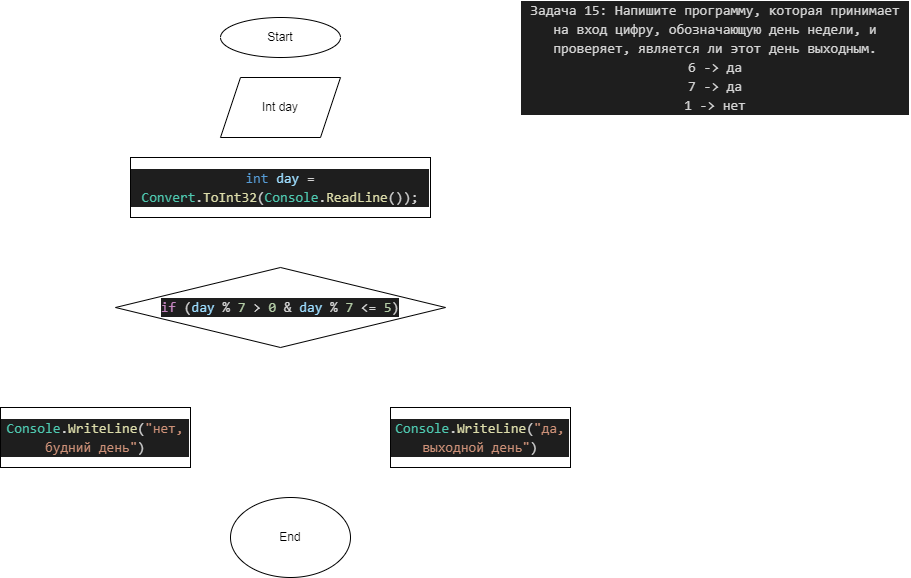
Evgeniya120/HomeWork keeps this draw.io diagram as Work/EXP007/diagram.drawio.png. Above is the earlier version. Source tidied: cells renumbered, new cells last; positions are measured from the earlier drawing's top-left corner, leaving out a move shared by most shapes.
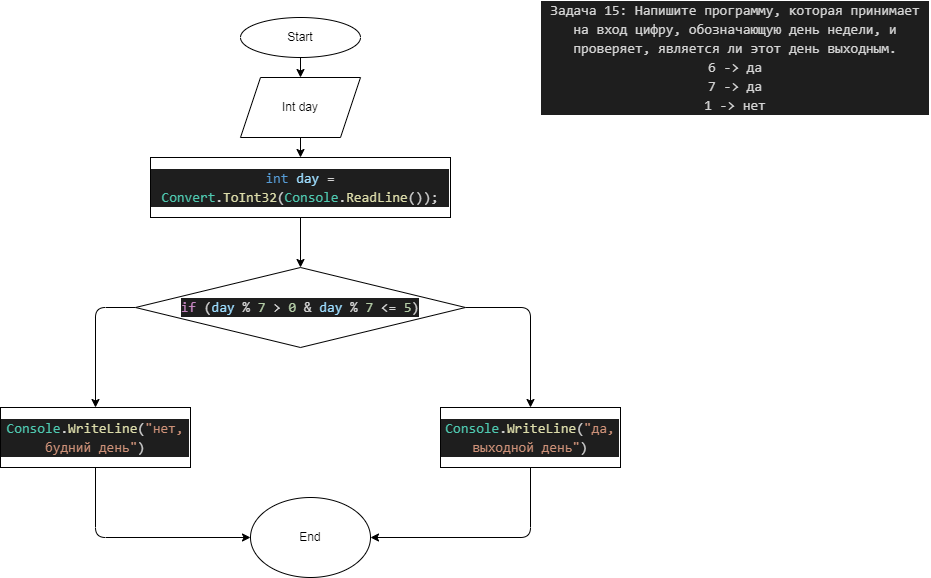
After the change.

Commit message:
удалила комментарий

Diff of the diagram source:
```diff
@@ -5,21 +5,58 @@
     <mxCell id="2" value="&lt;div style=&quot;color: rgb(212 , 212 , 212) ; background-color: rgb(30 , 30 , 30) ; font-family: &amp;#34;consolas&amp;#34; , &amp;#34;courier new&amp;#34; , monospace ; font-size: 14px ; line-height: 19px&quot;&gt;&lt;div&gt;Задача 15: Напишите программу, которая принимает на вход цифру, обозначающую день недели, и проверяет, является ли этот день выходным.&lt;/div&gt;&lt;div&gt;6 -&amp;gt; да&lt;/div&gt;&lt;div&gt;7 -&amp;gt; да&lt;/div&gt;&lt;div&gt;1 -&amp;gt; нет&lt;/div&gt;&lt;/div&gt;" style="text;html=1;strokeColor=none;fillColor=none;align=center;verticalAlign=middle;whiteSpace=wrap;rounded=0;" parent="1" vertex="1">
       <mxGeometry x="520" width="390" height="100" as="geometry" />
     </mxCell>
+    <mxCell id="10" style="edgeStyle=none;html=1;entryX=0.5;entryY=0;entryDx=0;entryDy=0;" parent="1" edge="1" source="3" target="4">
+      <mxGeometry relative="1" as="geometry" />
+    </mxCell>
     <mxCell id="3" value="Start" style="ellipse;whiteSpace=wrap;html=1;" parent="1" vertex="1">
       <mxGeometry x="220" y="10" width="120" height="40" as="geometry" />
     </mxCell>
+    <mxCell id="11" style="edgeStyle=none;html=1;entryX=0.5;entryY=0;entryDx=0;entryDy=0;" parent="1" edge="1" source="4" target="5">
+      <mxGeometry relative="1" as="geometry" />
+    </mxCell>
     <mxCell id="4" value="Int day" style="shape=parallelogram;perimeter=parallelogramPerimeter;whiteSpace=wrap;html=1;fixedSize=1;" parent="1" vertex="1">
       <mxGeometry x="220" y="70" width="120" height="60" as="geometry" />
     </mxCell>
+    <mxCell id="12" style="edgeStyle=none;html=1;entryX=0.5;entryY=0;entryDx=0;entryDy=0;" parent="1" edge="1" source="5" target="8">
+      <mxGeometry relative="1" as="geometry" />
+    </mxCell>
     <mxCell id="5" value="&#10;&#10;&lt;div style=&quot;color: rgb(212, 212, 212); background-color: rgb(30, 30, 30); font-family: consolas, &amp;quot;courier new&amp;quot;, monospace; font-weight: normal; font-size: 14px; line-height: 19px;&quot;&gt;&lt;div&gt;&lt;span style=&quot;color: #569cd6&quot;&gt;int&lt;/span&gt;&lt;span style=&quot;color: #d4d4d4&quot;&gt; &lt;/span&gt;&lt;span style=&quot;color: #9cdcfe&quot;&gt;day&lt;/span&gt;&lt;span style=&quot;color: #d4d4d4&quot;&gt; &lt;/span&gt;&lt;span style=&quot;color: #d4d4d4&quot;&gt;=&lt;/span&gt;&lt;span style=&quot;color: #d4d4d4&quot;&gt; &lt;/span&gt;&lt;span style=&quot;color: #4ec9b0&quot;&gt;Convert&lt;/span&gt;&lt;span style=&quot;color: #d4d4d4&quot;&gt;.&lt;/span&gt;&lt;span style=&quot;color: #dcdcaa&quot;&gt;ToInt32&lt;/span&gt;&lt;span style=&quot;color: #d4d4d4&quot;&gt;(&lt;/span&gt;&lt;span style=&quot;color: #4ec9b0&quot;&gt;Console&lt;/span&gt;&lt;span style=&quot;color: #d4d4d4&quot;&gt;.&lt;/span&gt;&lt;span style=&quot;color: #dcdcaa&quot;&gt;ReadLine&lt;/span&gt;&lt;span style=&quot;color: #d4d4d4&quot;&gt;());&lt;/span&gt;&lt;/div&gt;&lt;/div&gt;&#10;&#10;" style="rounded=0;whiteSpace=wrap;html=1;" parent="1" vertex="1">
       <mxGeometry x="130" y="150" width="300" height="60" as="geometry" />
     </mxCell>
+    <mxCell id="13" style="edgeStyle=none;html=1;entryX=0;entryY=0.5;entryDx=0;entryDy=0;" parent="1" edge="1" source="6" target="9">
+      <mxGeometry relative="1" as="geometry">
+        <Array as="points">
+          <mxPoint x="75" y="530" />
+        </Array>
+      </mxGeometry>
+    </mxCell>
     <mxCell id="6" value="&lt;div style=&quot;color: rgb(212 , 212 , 212) ; background-color: rgb(30 , 30 , 30) ; font-family: &amp;#34;consolas&amp;#34; , &amp;#34;courier new&amp;#34; , monospace ; font-size: 14px ; line-height: 19px&quot;&gt;&lt;span style=&quot;color: #4ec9b0&quot;&gt;Console&lt;/span&gt;.&lt;span style=&quot;color: #dcdcaa&quot;&gt;WriteLine&lt;/span&gt;(&lt;span style=&quot;color: #ce9178&quot;&gt;&quot;нет, будний день&quot;&lt;/span&gt;)&lt;/div&gt;" style="rounded=0;whiteSpace=wrap;html=1;" parent="1" vertex="1">
-      <mxGeometry y="400" width="190" height="60" as="geometry" />
+      <mxGeometry x="-20" y="400" width="190" height="60" as="geometry" />
     </mxCell>
+    <mxCell id="14" style="edgeStyle=none;html=1;entryX=1;entryY=0.5;entryDx=0;entryDy=0;" parent="1" edge="1" source="7" target="9">
+      <mxGeometry relative="1" as="geometry">
+        <Array as="points">
+          <mxPoint x="510" y="530" />
+        </Array>
+      </mxGeometry>
+    </mxCell>
     <mxCell id="7" value="&#10;&#10;&lt;div style=&quot;color: rgb(212, 212, 212); background-color: rgb(30, 30, 30); font-family: consolas, &amp;quot;courier new&amp;quot;, monospace; font-weight: normal; font-size: 14px; line-height: 19px;&quot;&gt;&lt;div&gt;&lt;span style=&quot;color: #4ec9b0&quot;&gt;Console&lt;/span&gt;&lt;span style=&quot;color: #d4d4d4&quot;&gt;.&lt;/span&gt;&lt;span style=&quot;color: #dcdcaa&quot;&gt;WriteLine&lt;/span&gt;&lt;span style=&quot;color: #d4d4d4&quot;&gt;(&lt;/span&gt;&lt;span style=&quot;color: #ce9178&quot;&gt;&quot;да, выходной день&quot;&lt;/span&gt;&lt;span style=&quot;color: #d4d4d4&quot;&gt;)&lt;/span&gt;&lt;/div&gt;&lt;/div&gt;&#10;&#10;" style="rounded=0;whiteSpace=wrap;html=1;" parent="1" vertex="1">
-      <mxGeometry x="390" y="400" width="180" height="60" as="geometry" />
+      <mxGeometry x="420" y="400" width="180" height="60" as="geometry" />
     </mxCell>
+    <mxCell id="15" style="edgeStyle=none;html=1;entryX=0.5;entryY=0;entryDx=0;entryDy=0;exitX=0;exitY=0.5;exitDx=0;exitDy=0;" parent="1" edge="1" source="8" target="6">
+      <mxGeometry relative="1" as="geometry">
+        <Array as="points">
+          <mxPoint x="75" y="300" />
+        </Array>
+      </mxGeometry>
+    </mxCell>
+    <mxCell id="16" style="edgeStyle=none;html=1;entryX=0.5;entryY=0;entryDx=0;entryDy=0;exitX=1;exitY=0.5;exitDx=0;exitDy=0;" parent="1" edge="1" source="8" target="7">
+      <mxGeometry relative="1" as="geometry">
+        <Array as="points">
+          <mxPoint x="510" y="300" />
+        </Array>
+      </mxGeometry>
+    </mxCell>
     <mxCell id="8" value="&lt;div style=&quot;color: rgb(212 , 212 , 212) ; background-color: rgb(30 , 30 , 30) ; font-family: &amp;#34;consolas&amp;#34; , &amp;#34;courier new&amp;#34; , monospace ; font-size: 14px ; line-height: 19px&quot;&gt;&lt;span style=&quot;color: #c586c0&quot;&gt;if&lt;/span&gt; (&lt;span style=&quot;color: #9cdcfe&quot;&gt;day&lt;/span&gt; % &lt;span style=&quot;color: #b5cea8&quot;&gt;7&lt;/span&gt; &amp;gt; &lt;span style=&quot;color: #b5cea8&quot;&gt;0&lt;/span&gt; &amp;amp; &lt;span style=&quot;color: #9cdcfe&quot;&gt;day&lt;/span&gt; % &lt;span style=&quot;color: #b5cea8&quot;&gt;7&lt;/span&gt; &amp;lt;= &lt;span style=&quot;color: #b5cea8&quot;&gt;5&lt;/span&gt;)&lt;/div&gt;" style="rhombus;whiteSpace=wrap;html=1;" parent="1" vertex="1">
       <mxGeometry x="115" y="260" width="330" height="80" as="geometry" />
     </mxCell>
```
